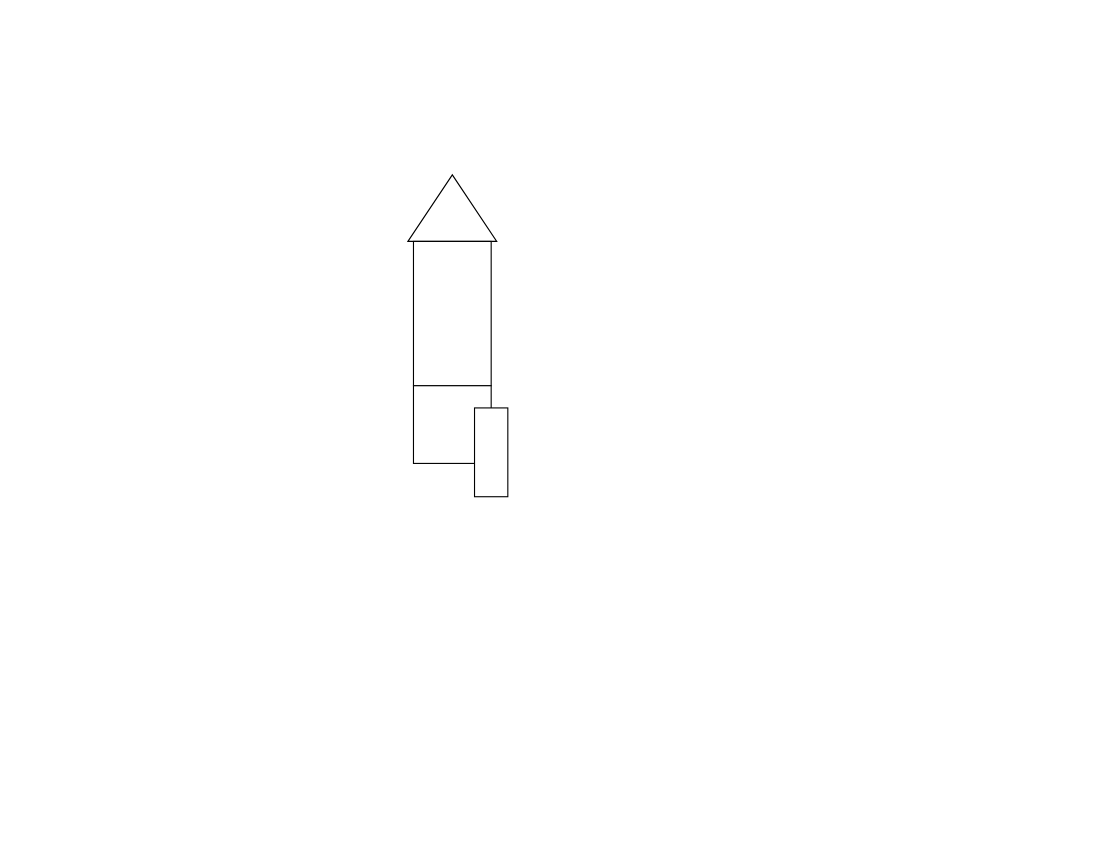
Before: PIPI.drawio in trey03/draw, a draw.io diagram. Source tidied: cells renumbered, new cells numbered last; positions are measured from the earlier drawing's top-left corner, leaving out a move shared by most shapes. Both pictures are drawn from the tidied source at 111%, with x=0, y=0 at pixel (407, 174).
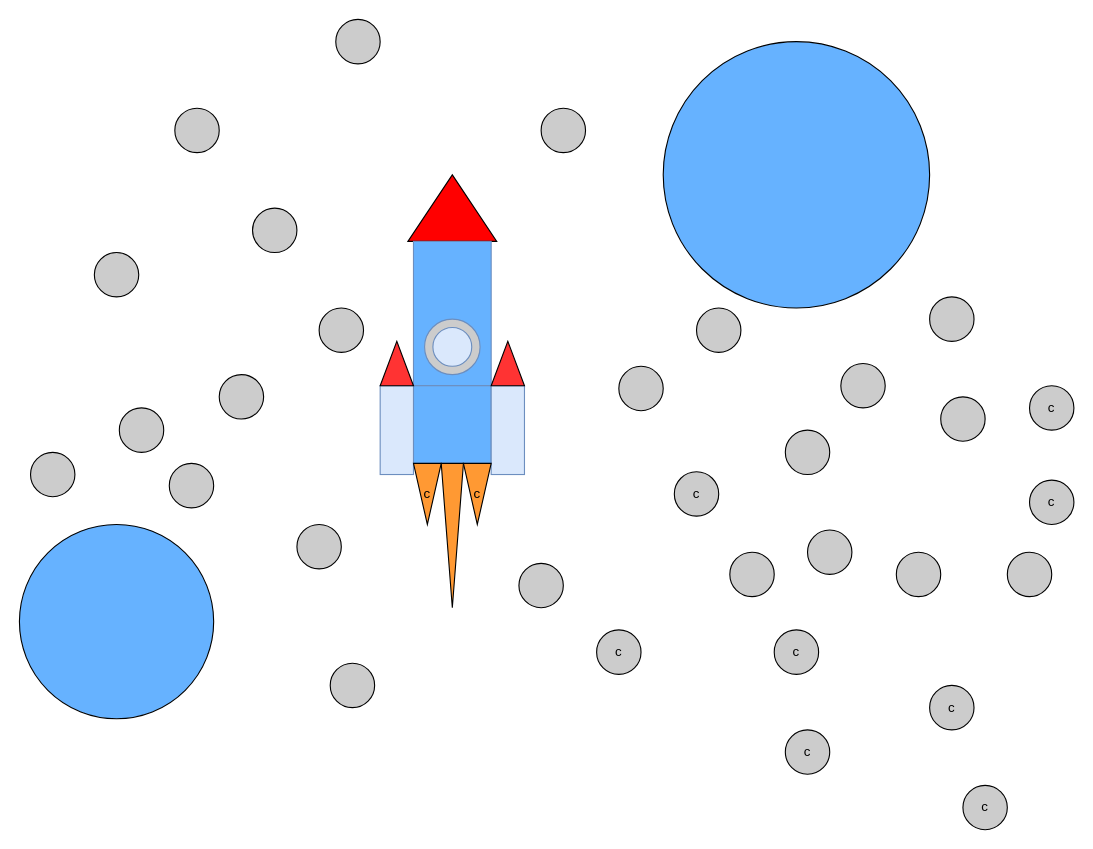
Above is the later version.

The edit, as a diff of the source:
```diff
@@
-    <mxCell id="2" style="triangle;whiteSpace=wrap;html=1;direction=north;" parent="1" vertex="1">
+    <mxCell id="2" style="triangle;whiteSpace=wrap;html=1;direction=north;fillColor=#FF0000;" parent="1" vertex="1">
       <mxGeometry width="80" height="60" as="geometry" />
     </mxCell>
-    <mxCell id="3" style="rounded=0;whiteSpace=wrap;html=1;direction=south;" parent="1" vertex="1">
+    <mxCell id="3" style="rounded=0;whiteSpace=wrap;html=1;direction=south;fillColor=#66B2FF;strokeColor=#6c8ebf;" parent="1" vertex="1">
       <mxGeometry x="5" y="60" width="70" height="130" as="geometry" />
     </mxCell>
-    <mxCell id="4" style="whiteSpace=wrap;html=1;" parent="1" vertex="1">
+    <mxCell id="4" style="whiteSpace=wrap;html=1;fillColor=#66B2FF;strokeColor=#6c8ebf;" parent="1" vertex="1">
       <mxGeometry x="5" y="190" width="70" height="70" as="geometry" />
     </mxCell>
-    <mxCell id="5" style="rounded=0;whiteSpace=wrap;html=1;direction=south;" parent="1" vertex="1">
-      <mxGeometry x="60" y="210" width="30" height="80" as="geometry" />
+    <mxCell id="5" style="rounded=0;whiteSpace=wrap;html=1;direction=south;fillColor=#dae8fc;strokeColor=#6c8ebf;" parent="1" vertex="1">
+      <mxGeometry x="75" y="190" width="30" height="80" as="geometry" />
     </mxCell>
+    <mxCell id="6" style="rounded=0;whiteSpace=wrap;html=1;direction=south;fillColor=#dae8fc;strokeColor=#6c8ebf;" parent="1" vertex="1">
+      <mxGeometry x="-25" y="190" width="30" height="80" as="geometry" />
+    </mxCell>
+    <mxCell id="7" style="triangle;whiteSpace=wrap;html=1;direction=north;fillColor=#FF3333;" parent="1" vertex="1">
+      <mxGeometry x="-25" y="150" width="30" height="40" as="geometry" />
+    </mxCell>
+    <mxCell id="8" style="triangle;whiteSpace=wrap;html=1;direction=north;fillColor=#FF3333;" parent="1" vertex="1">
+      <mxGeometry x="75" y="150" width="30" height="40" as="geometry" />
+    </mxCell>
+    <mxCell id="9" style="triangle;whiteSpace=wrap;html=1;direction=south;fillColor=#FF9933;" parent="1" vertex="1">
+      <mxGeometry x="30" y="260" width="20" height="130" as="geometry" />
+    </mxCell>
+    <mxCell id="10" value="c" style="triangle;whiteSpace=wrap;html=1;direction=south;fillColor=#FF9933;" parent="1" vertex="1">
+      <mxGeometry x="50" y="260" width="25" height="55" as="geometry" />
+    </mxCell>
+    <mxCell id="11" value="c" style="triangle;whiteSpace=wrap;html=1;direction=south;fillColor=#FF9933;" parent="1" vertex="1">
+      <mxGeometry x="5" y="260" width="25" height="55" as="geometry" />
+    </mxCell>
+    <mxCell id="12" style="ellipse;whiteSpace=wrap;html=1;fillColor=#66B2FF;" parent="1" vertex="1">
+      <mxGeometry x="-350" y="315" width="175" height="175" as="geometry" />
+    </mxCell>
+    <mxCell id="13" style="ellipse;whiteSpace=wrap;html=1;fillColor=#66B2FF;" parent="1" vertex="1">
+      <mxGeometry x="230" y="-120" width="240" height="240" as="geometry" />
+    </mxCell>
+    <mxCell id="14" style="ellipse;whiteSpace=wrap;html=1;fillColor=#CCCCCC;strokeColor=#6c8ebf;" parent="1" vertex="1">
+      <mxGeometry x="15" y="130" width="50" height="50" as="geometry" />
+    </mxCell>
+    <mxCell id="15" style="edgeStyle=orthogonalEdgeStyle;rounded=0;orthogonalLoop=1;jettySize=auto;html=1;exitX=0.5;exitY=1;exitDx=0;exitDy=0;" parent="1" edge="1" source="14" target="14">
+      <mxGeometry relative="1" as="geometry" />
+    </mxCell>
+    <mxCell id="16" style="ellipse;whiteSpace=wrap;html=1;fillColor=#dae8fc;strokeColor=#6c8ebf;" parent="1" vertex="1">
+      <mxGeometry x="22.5" y="137.5" width="35" height="35" as="geometry" />
+    </mxCell>
+    <mxCell id="17" style="ellipse;whiteSpace=wrap;html=1;fillColor=#CCCCCC;" parent="1" vertex="1">
+      <mxGeometry x="340" y="230" width="40" height="40" as="geometry" />
+    </mxCell>
+    <mxCell id="18" style="ellipse;whiteSpace=wrap;html=1;fillColor=#CCCCCC;" parent="1" vertex="1">
+      <mxGeometry x="360" y="320" width="40" height="40" as="geometry" />
+    </mxCell>
+    <mxCell id="19" style="ellipse;whiteSpace=wrap;html=1;fillColor=#CCCCCC;" parent="1" vertex="1">
+      <mxGeometry x="100" y="350" width="40" height="40" as="geometry" />
+    </mxCell>
+    <mxCell id="20" style="ellipse;whiteSpace=wrap;html=1;fillColor=#CCCCCC;" parent="1" vertex="1">
+      <mxGeometry x="190" y="172.5" width="40" height="40" as="geometry" />
+    </mxCell>
+    <mxCell id="21" style="ellipse;whiteSpace=wrap;html=1;fillColor=#CCCCCC;" parent="1" vertex="1">
+      <mxGeometry x="390" y="170" width="40" height="40" as="geometry" />
+    </mxCell>
+    <mxCell id="22" style="ellipse;whiteSpace=wrap;html=1;fillColor=#CCCCCC;" parent="1" vertex="1">
+      <mxGeometry x="480" y="200" width="40" height="40" as="geometry" />
+    </mxCell>
+    <mxCell id="23" style="ellipse;whiteSpace=wrap;html=1;fillColor=#CCCCCC;" parent="1" vertex="1">
+      <mxGeometry x="290" y="340" width="40" height="40" as="geometry" />
+    </mxCell>
+    <mxCell id="24" style="ellipse;whiteSpace=wrap;html=1;fillColor=#CCCCCC;" parent="1" vertex="1">
+      <mxGeometry x="440" y="340" width="40" height="40" as="geometry" />
+    </mxCell>
+    <mxCell id="25" style="ellipse;whiteSpace=wrap;html=1;fillColor=#CCCCCC;" parent="1" vertex="1">
+      <mxGeometry x="260" y="120" width="40" height="40" as="geometry" />
+    </mxCell>
+    <mxCell id="26" style="ellipse;whiteSpace=wrap;html=1;fillColor=#CCCCCC;" parent="1" vertex="1">
+      <mxGeometry x="470" y="110" width="40" height="40" as="geometry" />
+    </mxCell>
+    <mxCell id="27" value="c" style="ellipse;whiteSpace=wrap;html=1;fillColor=#CCCCCC;" parent="1" vertex="1">
+      <mxGeometry x="240" y="267.5" width="40" height="40" as="geometry" />
+    </mxCell>
+    <mxCell id="28" value="c" style="ellipse;whiteSpace=wrap;html=1;fillColor=#CCCCCC;" parent="1" vertex="1">
+      <mxGeometry x="560" y="275" width="40" height="40" as="geometry" />
+    </mxCell>
+    <mxCell id="29" value="c" style="ellipse;whiteSpace=wrap;html=1;fillColor=#CCCCCC;" parent="1" vertex="1">
+      <mxGeometry x="470" y="460" width="40" height="40" as="geometry" />
+    </mxCell>
+    <mxCell id="30" value="c" style="ellipse;whiteSpace=wrap;html=1;fillColor=#CCCCCC;" parent="1" vertex="1">
+      <mxGeometry x="330" y="410" width="40" height="40" as="geometry" />
+    </mxCell>
+    <mxCell id="31" value="c" style="ellipse;whiteSpace=wrap;html=1;fillColor=#CCCCCC;" parent="1" vertex="1">
+      <mxGeometry x="500" y="550" width="40" height="40" as="geometry" />
+    </mxCell>
+    <mxCell id="32" value="c" style="ellipse;whiteSpace=wrap;html=1;fillColor=#CCCCCC;" parent="1" vertex="1">
+      <mxGeometry x="560" y="190" width="40" height="40" as="geometry" />
+    </mxCell>
+    <mxCell id="33" value="c" style="ellipse;whiteSpace=wrap;html=1;fillColor=#CCCCCC;" parent="1" vertex="1">
+      <mxGeometry x="340" y="500" width="40" height="40" as="geometry" />
+    </mxCell>
+    <mxCell id="34" value="c" style="ellipse;whiteSpace=wrap;html=1;fillColor=#CCCCCC;" parent="1" vertex="1">
+      <mxGeometry x="170" y="410" width="40" height="40" as="geometry" />
+    </mxCell>
+    <mxCell id="35" style="edgeStyle=orthogonalEdgeStyle;rounded=0;orthogonalLoop=1;jettySize=auto;html=1;exitX=0.5;exitY=1;exitDx=0;exitDy=0;" parent="1" edge="1" source="33" target="33">
+      <mxGeometry relative="1" as="geometry" />
+    </mxCell>
+    <mxCell id="36" style="edgeStyle=orthogonalEdgeStyle;rounded=0;orthogonalLoop=1;jettySize=auto;html=1;exitX=0.5;exitY=1;exitDx=0;exitDy=0;" parent="1" edge="1" source="18" target="18">
+      <mxGeometry relative="1" as="geometry" />
+    </mxCell>
+    <mxCell id="37" style="ellipse;whiteSpace=wrap;html=1;fillColor=#CCCCCC;" parent="1" vertex="1">
+      <mxGeometry x="120" y="-60" width="40" height="40" as="geometry" />
+    </mxCell>
+    <mxCell id="38" style="ellipse;whiteSpace=wrap;html=1;fillColor=#CCCCCC;" parent="1" vertex="1">
+      <mxGeometry x="-340" y="250" width="40" height="40" as="geometry" />
+    </mxCell>
+    <mxCell id="39" style="ellipse;whiteSpace=wrap;html=1;fillColor=#CCCCCC;" parent="1" vertex="1">
+      <mxGeometry x="-215" y="260" width="40" height="40" as="geometry" />
+    </mxCell>
+    <mxCell id="40" style="ellipse;whiteSpace=wrap;html=1;fillColor=#CCCCCC;" parent="1" vertex="1">
+      <mxGeometry x="-70" y="440" width="40" height="40" as="geometry" />
+    </mxCell>
+    <mxCell id="41" style="ellipse;whiteSpace=wrap;html=1;fillColor=#CCCCCC;" parent="1" vertex="1">
+      <mxGeometry x="-170" y="180" width="40" height="40" as="geometry" />
+    </mxCell>
+    <mxCell id="42" style="ellipse;whiteSpace=wrap;html=1;fillColor=#CCCCCC;" parent="1" vertex="1">
+      <mxGeometry x="-140" y="30" width="40" height="40" as="geometry" />
+    </mxCell>
+    <mxCell id="43" style="ellipse;whiteSpace=wrap;html=1;fillColor=#CCCCCC;" parent="1" vertex="1">
+      <mxGeometry x="-100" y="315" width="40" height="40" as="geometry" />
+    </mxCell>
+    <mxCell id="44" style="ellipse;whiteSpace=wrap;html=1;fillColor=#CCCCCC;" parent="1" vertex="1">
+      <mxGeometry x="-260" y="210" width="40" height="40" as="geometry" />
+    </mxCell>
+    <mxCell id="45" style="ellipse;whiteSpace=wrap;html=1;fillColor=#CCCCCC;" parent="1" vertex="1">
+      <mxGeometry x="540" y="340" width="40" height="40" as="geometry" />
+    </mxCell>
+    <mxCell id="46" style="ellipse;whiteSpace=wrap;html=1;fillColor=#CCCCCC;" parent="1" vertex="1">
+      <mxGeometry x="-80" y="120" width="40" height="40" as="geometry" />
+    </mxCell>
+    <mxCell id="47" style="ellipse;whiteSpace=wrap;html=1;fillColor=#CCCCCC;" parent="1" vertex="1">
+      <mxGeometry x="-210" y="-60" width="40" height="40" as="geometry" />
+    </mxCell>
+    <mxCell id="48" style="ellipse;whiteSpace=wrap;html=1;fillColor=#CCCCCC;" parent="1" vertex="1">
+      <mxGeometry x="-65" y="-140" width="40" height="40" as="geometry" />
+    </mxCell>
+    <mxCell id="49" style="ellipse;whiteSpace=wrap;html=1;fillColor=#CCCCCC;" parent="1" vertex="1">
+      <mxGeometry x="-282.5" y="70" width="40" height="40" as="geometry" />
+    </mxCell>
```
